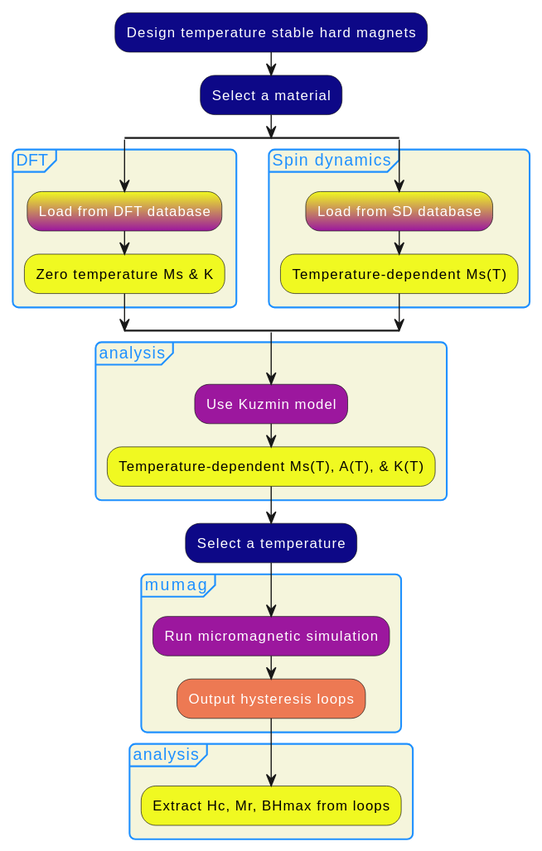
This is examples/images/hard_magnet_workflow.svg from MaMMoS-project/mammos, a PlantUML export, as it was before one commit.
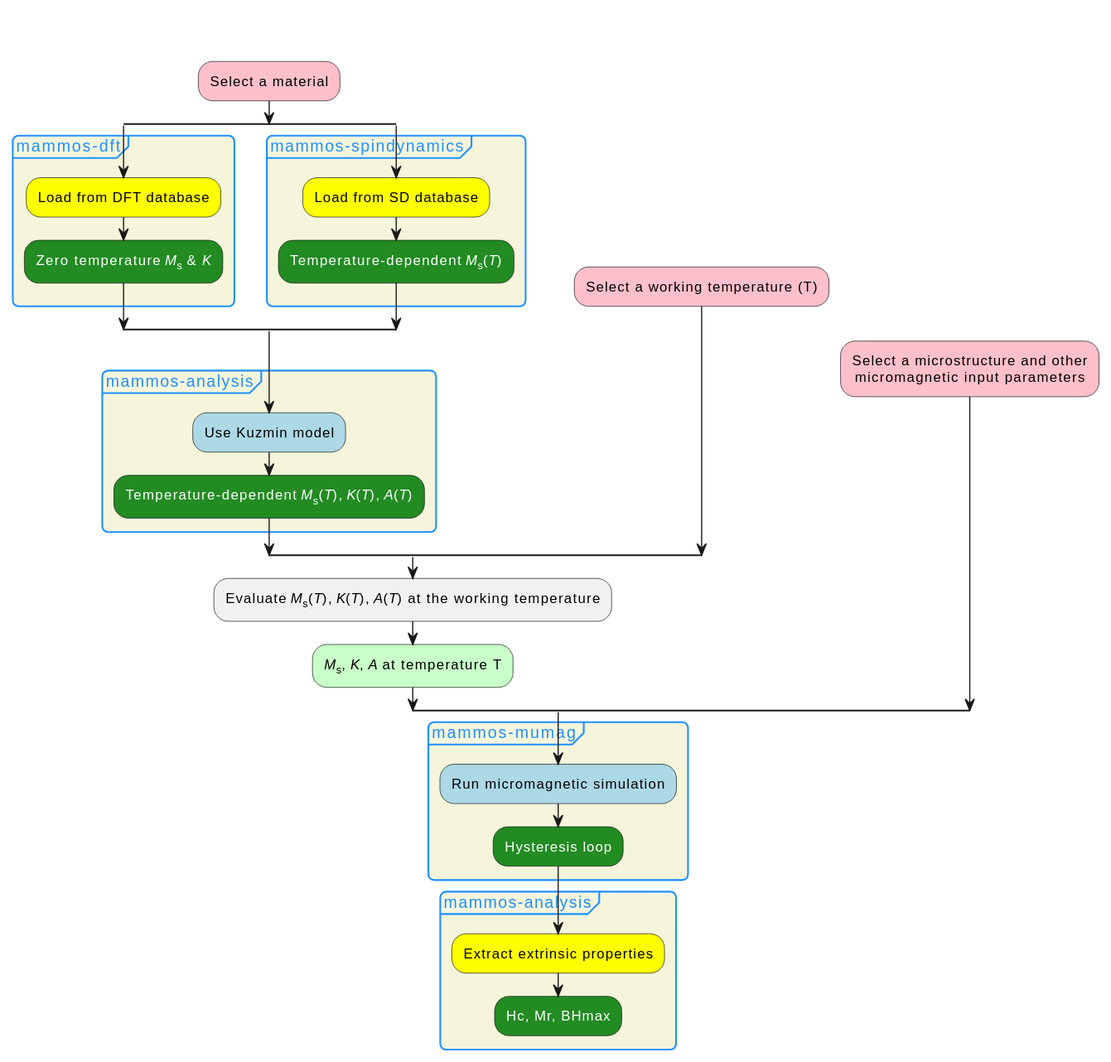
After the commit.

Commit message:
update moda diagrams

Change to the diagram source:
```diff
@@ -1,34 +1,45 @@
 @startuml
-!theme MOCHADA-plasma from /home/sam/repos/mochada_kit/themes
+!theme MOCHADA-CWA from /home/sam/repos/mochada_kit/themes
+split
+  -[hidden]->
+  split
+    -[hidden]->
+    :Select a material; <<user_case_input>>
+    split
+      group mammos-dft <<group_single>>
+        :Load from DFT database; <<data_based_model>>
+        :Zero temperature <i>M</i><sub>s</sub> & <i>K</i>; <<raw_output>>
+      end group
+    split again
+      group mammos-spindynamics <<group_single>>
+        :Load from SD database; <<data_based_model>>
+        :Temperature‐dependent <i>M</i><sub>s</sub>(<i>T</i>); <<raw_output>>
+      end group
+    end split
 
+    group mammos-analysis <<group_single>>
+      :Use Kuzmin model; <<model>>
+      :Temperature‐dependent <i>M</i><sub>s</sub>(<i>T</i>), <i>K</i>(<i>T</i>), <i>A</i>(<i>T</i>); <<raw_output>>
+    end group
+  split again
+    -[hidden]->
+    :Select a working temperature (T); <<user_case_input>>
+  end split
+  :Evaluate <i>M</i><sub>s</sub>(<i>T</i>), <i>K</i>(<i>T</i>), <i>A</i>(<i>T</i>) at the working temperature; <<output_processing>>
+  :<i>M</i><sub>s</sub>, <i>K</i>, <i>A</i> at temperature T; <<processed_output>>
+split again
+  -[hidden]->
+  :Select a microstructure and other
+ micromagnetic input parameters; <<user_case_input>>
+split end
 
-:Design temperature stable hard magnets; <<user_case_input>>
-:Select a material; <<user_case_input>>
-split
-  group DFT <<group_single>>
-    :Load from DFT database; <<data_based_model>>
-    :Zero temperature Ms & K; <<processed_output>>
-  end group
-split again
-  group Spin dynamics <<group_single>>
-    :Load from SD database; <<data_based_model>>
-    :Temperature‐dependent Ms(T); <<processed_output>>
-  end group
-end split
-
-group analysis <<group_single>>
-  :Use Kuzmin model; <<model>>
-  :Temperature‐dependent Ms(T), A(T), & K(T); <<processed_output>>
+group mammos-mumag <<group_single>>
+  :Run micromagnetic simulation; <<model>>
+  :Hysteresis loop; <<raw_output>>
 end group
 
-:Select a temperature; <<user_case_input>>
-
-group mumag <<group_single>>
-  :Run micromagnetic simulation; <<model>>
-  :Output hysteresis loops; <<raw_output>>
-end group
-
-group analysis <<group_single>>
-  :Extract Hc, Mr, BHmax from loops; <<processed_output>>
+group mammos-analysis <<group_single>>
+  :Extract extrinsic properties; <<data_based_model>>
+  :Hc, Mr, BHmax; <<raw_output>>
 end group
 @enduml
```
